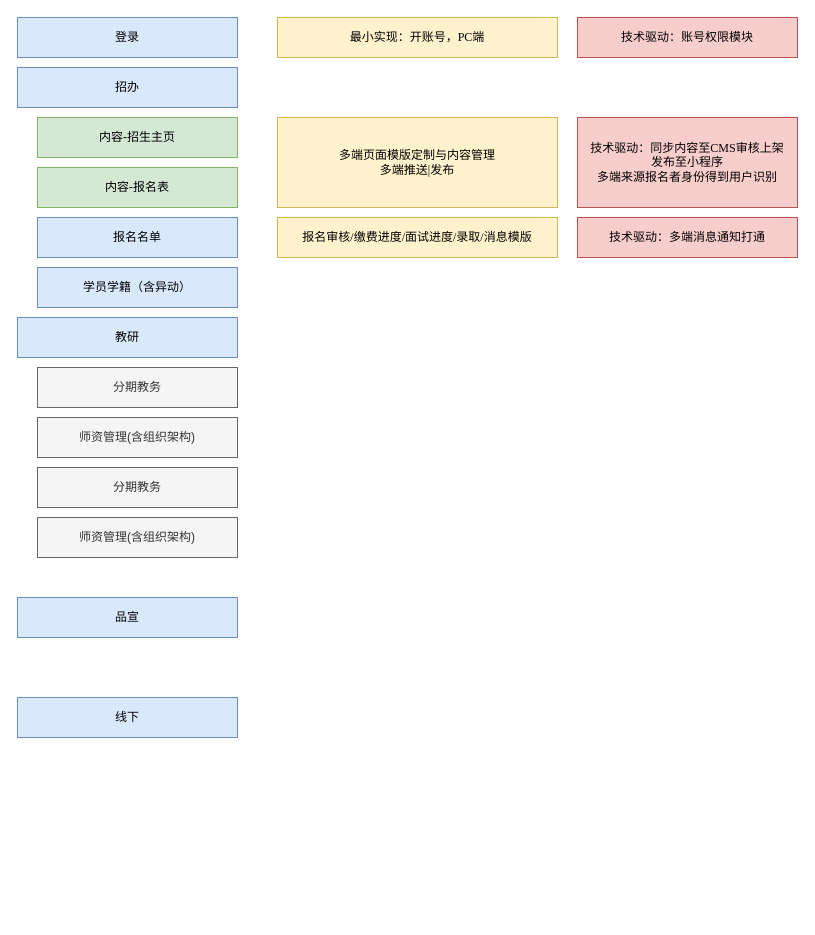
HunkJia/HUNK keeps this draw.io diagram as 未命名表单.drawio. Above is the earlier version. Source tidied: cells renumbered, new cells numbered last; positions are measured from the earlier drawing's top-left corner, leaving out a move shared by most shapes. Both pictures are drawn from the tidied source at 100%, with x=0, y=0 at pixel (17, 17).
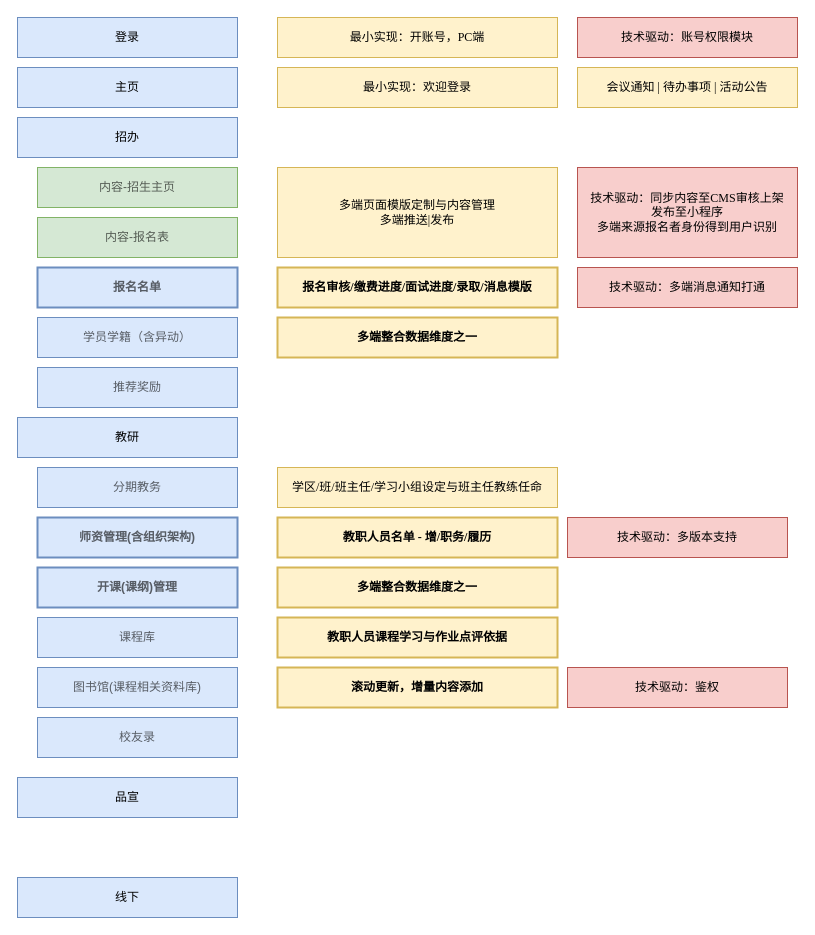
After the change.

Commit message (it also covers changes not shown here):
更新未命名表单.drawio

Change to the diagram source:
```diff
@@
     <mxCell id="2" value="&lt;div&gt;多端页面模版定制与内容管理&lt;/div&gt;&lt;div&gt;多端推送|发布&lt;/div&gt;" style="rounded=0;whiteSpace=wrap;html=1;fontFamily=Garamond;fillColor=#fff2cc;strokeColor=#d6b656;" parent="1" vertex="1">
-      <mxGeometry x="260" y="100" width="280" height="90" as="geometry" />
+      <mxGeometry x="260" y="150" width="280" height="90" as="geometry" />
     </mxCell>
     <mxCell id="3" value="招办" style="rounded=0;whiteSpace=wrap;html=1;fillColor=#dae8fc;strokeColor=#6c8ebf;" parent="1" vertex="1">
-      <mxGeometry y="50" width="220" height="40" as="geometry" />
+      <mxGeometry y="100" width="220" height="40" as="geometry" />
     </mxCell>
     <mxCell id="4" value="教研" style="rounded=0;whiteSpace=wrap;html=1;fillColor=#dae8fc;strokeColor=#6c8ebf;" parent="1" vertex="1">
-      <mxGeometry y="300" width="220" height="40" as="geometry" />
+      <mxGeometry y="400" width="220" height="40" as="geometry" />
     </mxCell>
     <mxCell id="5" value="品宣" style="rounded=0;whiteSpace=wrap;html=1;fillColor=#dae8fc;strokeColor=#6c8ebf;" parent="1" vertex="1">
-      <mxGeometry y="580" width="220" height="40" as="geometry" />
+      <mxGeometry y="760" width="220" height="40" as="geometry" />
     </mxCell>
     <mxCell id="6" value="线下" style="rounded=0;whiteSpace=wrap;html=1;fillColor=#dae8fc;strokeColor=#6c8ebf;" parent="1" vertex="1">
-      <mxGeometry y="680" width="220" height="40" as="geometry" />
+      <mxGeometry y="860" width="220" height="40" as="geometry" />
     </mxCell>
-    <mxCell id="7" value="内容-招生主页" style="text;html=1;strokeColor=#82b366;fillColor=#d5e8d4;align=center;verticalAlign=middle;whiteSpace=wrap;rounded=0;" parent="1" vertex="1">
-      <mxGeometry x="20" y="100" width="200" height="40" as="geometry" />
+    <mxCell id="7" value="内容-招生主页" style="text;html=1;strokeColor=#82b366;fillColor=#d5e8d4;align=center;verticalAlign=middle;whiteSpace=wrap;rounded=0;textOpacity=60;" parent="1" vertex="1">
+      <mxGeometry x="20" y="150" width="200" height="40" as="geometry" />
     </mxCell>
-    <mxCell id="8" value="内容-报名表" style="text;html=1;strokeColor=#82b366;fillColor=#d5e8d4;align=center;verticalAlign=middle;whiteSpace=wrap;rounded=0;" parent="1" vertex="1">
-      <mxGeometry x="20" y="150" width="200" height="40" as="geometry" />
+    <mxCell id="8" value="内容-报名表" style="text;html=1;strokeColor=#82b366;fillColor=#d5e8d4;align=center;verticalAlign=middle;whiteSpace=wrap;rounded=0;textOpacity=60;" parent="1" vertex="1">
+      <mxGeometry x="20" y="200" width="200" height="40" as="geometry" />
     </mxCell>
-    <mxCell id="9" value="学员学籍（含异动）" style="text;html=1;strokeColor=#6c8ebf;fillColor=#dae8fc;align=center;verticalAlign=middle;whiteSpace=wrap;rounded=0;" parent="1" vertex="1">
-      <mxGeometry x="20" y="250" width="200" height="40" as="geometry" />
+    <mxCell id="9" value="学员学籍（含异动）" style="text;html=1;strokeColor=#6c8ebf;fillColor=#dae8fc;align=center;verticalAlign=middle;whiteSpace=wrap;rounded=0;textOpacity=60;" parent="1" vertex="1">
+      <mxGeometry x="20" y="300" width="200" height="40" as="geometry" />
     </mxCell>
-    <mxCell id="10" value="分期教务" style="text;html=1;strokeColor=#666666;fillColor=#f5f5f5;align=center;verticalAlign=middle;whiteSpace=wrap;rounded=0;fontColor=#333333;" parent="1" vertex="1">
-      <mxGeometry x="20" y="350" width="200" height="40" as="geometry" />
+    <mxCell id="10" value="分期教务" style="text;html=1;strokeColor=#6c8ebf;fillColor=#dae8fc;align=center;verticalAlign=middle;whiteSpace=wrap;rounded=0;textOpacity=60;" parent="1" vertex="1">
+      <mxGeometry x="20" y="450" width="200" height="40" as="geometry" />
     </mxCell>
-    <mxCell id="11" value="师资管理(含组织架构)" style="text;html=1;strokeColor=#666666;fillColor=#f5f5f5;align=center;verticalAlign=middle;whiteSpace=wrap;rounded=0;fontColor=#333333;" parent="1" vertex="1">
-      <mxGeometry x="20" y="400" width="200" height="40" as="geometry" />
+    <mxCell id="11" value="师资管理(含组织架构)" style="text;html=1;strokeColor=#6c8ebf;fillColor=#dae8fc;align=center;verticalAlign=middle;whiteSpace=wrap;rounded=0;fontStyle=1;strokeWidth=2;textOpacity=60;" parent="1" vertex="1">
+      <mxGeometry x="20" y="500" width="200" height="40" as="geometry" />
     </mxCell>
-    <mxCell id="12" value="师资管理(含组织架构)" style="text;html=1;strokeColor=#666666;fillColor=#f5f5f5;align=center;verticalAlign=middle;whiteSpace=wrap;rounded=0;fontColor=#333333;" parent="1" vertex="1">
-      <mxGeometry x="20" y="500" width="200" height="40" as="geometry" />
+    <mxCell id="12" value="课程库" style="text;html=1;strokeColor=#6c8ebf;fillColor=#dae8fc;align=center;verticalAlign=middle;whiteSpace=wrap;rounded=0;textOpacity=60;" parent="1" vertex="1">
+      <mxGeometry x="20" y="600" width="200" height="40" as="geometry" />
     </mxCell>
-    <mxCell id="13" value="分期教务" style="text;html=1;strokeColor=#666666;fillColor=#f5f5f5;align=center;verticalAlign=middle;whiteSpace=wrap;rounded=0;fontColor=#333333;" parent="1" vertex="1">
-      <mxGeometry x="20" y="450" width="200" height="40" as="geometry" />
+    <mxCell id="13" value="开课(课纲)管理" style="text;html=1;strokeColor=#6c8ebf;fillColor=#dae8fc;align=center;verticalAlign=middle;whiteSpace=wrap;rounded=0;strokeWidth=2;fontStyle=1;textOpacity=60;" parent="1" vertex="1">
+      <mxGeometry x="20" y="550" width="200" height="40" as="geometry" />
     </mxCell>
-    <mxCell id="14" value="报名名单" style="text;html=1;strokeColor=#6c8ebf;fillColor=#dae8fc;align=center;verticalAlign=middle;whiteSpace=wrap;rounded=0;" parent="1" vertex="1">
-      <mxGeometry x="20" y="200" width="200" height="40" as="geometry" />
+    <mxCell id="14" value="报名名单" style="text;html=1;strokeColor=#6c8ebf;fillColor=#dae8fc;align=center;verticalAlign=middle;whiteSpace=wrap;rounded=0;strokeWidth=2;fontStyle=1;textOpacity=60;" parent="1" vertex="1">
+      <mxGeometry x="20" y="250" width="200" height="40" as="geometry" />
     </mxCell>
-    <mxCell id="15" value="报名审核/缴费进度/面试进度/录取/消息模版&lt;div style=&quot;text-align: left&quot;&gt;&lt;/div&gt;" style="rounded=0;whiteSpace=wrap;html=1;fontFamily=Garamond;fillColor=#fff2cc;strokeColor=#d6b656;" parent="1" vertex="1">
-      <mxGeometry x="260" y="200" width="280" height="40" as="geometry" />
+    <mxCell id="15" value="报名审核/缴费进度/面试进度/录取/消息模版&lt;div style=&quot;text-align: left&quot;&gt;&lt;/div&gt;" style="rounded=0;whiteSpace=wrap;html=1;fontFamily=Garamond;fillColor=#fff2cc;strokeColor=#d6b656;strokeWidth=2;fontStyle=1;" parent="1" vertex="1">
+      <mxGeometry x="260" y="250" width="280" height="40" as="geometry" />
     </mxCell>
     <mxCell id="16" value="技术驱动：多端消息通知打通&lt;div style=&quot;text-align: left&quot;&gt;&lt;/div&gt;" style="rounded=0;whiteSpace=wrap;html=1;fontFamily=Garamond;fillColor=#f8cecc;strokeColor=#b85450;" parent="1" vertex="1">
-      <mxGeometry x="560" y="200" width="220" height="40" as="geometry" />
+      <mxGeometry x="560" y="250" width="220" height="40" as="geometry" />
     </mxCell>
@@
     <mxCell id="20" value="技术驱动：同步内容至CMS审核上架&lt;br&gt;发布至小程序&lt;br&gt;多端来源报名者身份得到用户识别&lt;br&gt;&lt;div style=&quot;text-align: left&quot;&gt;&lt;/div&gt;" style="rounded=0;whiteSpace=wrap;html=1;fontFamily=Garamond;fillColor=#f8cecc;strokeColor=#b85450;" parent="1" vertex="1">
-      <mxGeometry x="560" y="100" width="220" height="90" as="geometry" />
+      <mxGeometry x="560" y="150" width="220" height="90" as="geometry" />
     </mxCell>
+    <mxCell id="21" value="学区/班/班主任/学习小组设定与班主任教练任命&lt;div style=&quot;text-align: left&quot;&gt;&lt;/div&gt;" style="rounded=0;whiteSpace=wrap;html=1;fontFamily=Garamond;fillColor=#fff2cc;strokeColor=#d6b656;" parent="1" vertex="1">
+      <mxGeometry x="260" y="450" width="280" height="40" as="geometry" />
+    </mxCell>
+    <mxCell id="22" value="教职人员名单 - 增/职务/履历&lt;div style=&quot;text-align: left&quot;&gt;&lt;/div&gt;" style="rounded=0;whiteSpace=wrap;html=1;fontFamily=Garamond;fillColor=#fff2cc;strokeColor=#d6b656;strokeWidth=2;fontStyle=1;" parent="1" vertex="1">
+      <mxGeometry x="260" y="500" width="280" height="40" as="geometry" />
+    </mxCell>
+    <mxCell id="23" value="主页" style="rounded=0;whiteSpace=wrap;html=1;fillColor=#dae8fc;strokeColor=#6c8ebf;" parent="1" vertex="1">
+      <mxGeometry y="50" width="220" height="40" as="geometry" />
+    </mxCell>
+    <mxCell id="24" value="最小实现：欢迎登录&lt;div style=&quot;text-align: left&quot;&gt;&lt;/div&gt;" style="rounded=0;whiteSpace=wrap;html=1;fontFamily=Garamond;fillColor=#fff2cc;strokeColor=#d6b656;" parent="1" vertex="1">
+      <mxGeometry x="260" y="50" width="280" height="40" as="geometry" />
+    </mxCell>
+    <mxCell id="25" value="会议通知 | 待办事项 | 活动公告&lt;div style=&quot;text-align: left&quot;&gt;&lt;/div&gt;" style="rounded=0;whiteSpace=wrap;html=1;fontFamily=Garamond;fillColor=#fff2cc;strokeColor=#d6b656;" parent="1" vertex="1">
+      <mxGeometry x="560" y="50" width="220" height="40" as="geometry" />
+    </mxCell>
+    <mxCell id="26" value="技术驱动：多版本支持&lt;div style=&quot;text-align: left&quot;&gt;&lt;/div&gt;" style="rounded=0;whiteSpace=wrap;html=1;fontFamily=Garamond;fillColor=#f8cecc;strokeColor=#b85450;" parent="1" vertex="1">
+      <mxGeometry x="550" y="500" width="220" height="40" as="geometry" />
+    </mxCell>
+    <mxCell id="27" value="图书馆(课程相关资料库)" style="text;html=1;strokeColor=#6c8ebf;fillColor=#dae8fc;align=center;verticalAlign=middle;whiteSpace=wrap;rounded=0;textOpacity=60;" parent="1" vertex="1">
+      <mxGeometry x="20" y="650" width="200" height="40" as="geometry" />
+    </mxCell>
+    <mxCell id="28" value="多端整合数据维度之一&lt;div style=&quot;text-align: left&quot;&gt;&lt;/div&gt;" style="rounded=0;whiteSpace=wrap;html=1;fontFamily=Garamond;fillColor=#fff2cc;strokeColor=#d6b656;strokeWidth=2;fontStyle=1;" parent="1" vertex="1">
+      <mxGeometry x="260" y="550" width="280" height="40" as="geometry" />
+    </mxCell>
+    <mxCell id="29" value="多端整合数据维度之一&lt;div style=&quot;text-align: left&quot;&gt;&lt;/div&gt;" style="rounded=0;whiteSpace=wrap;html=1;fontFamily=Garamond;fillColor=#fff2cc;strokeColor=#d6b656;strokeWidth=2;fontStyle=1;" parent="1" vertex="1">
+      <mxGeometry x="260" y="300" width="280" height="40" as="geometry" />
+    </mxCell>
+    <mxCell id="30" value="教职人员课程学习与作业点评依据&lt;div style=&quot;text-align: left&quot;&gt;&lt;/div&gt;" style="rounded=0;whiteSpace=wrap;html=1;fontFamily=Garamond;fillColor=#fff2cc;strokeColor=#d6b656;strokeWidth=2;fontStyle=1;" parent="1" vertex="1">
+      <mxGeometry x="260" y="600" width="280" height="40" as="geometry" />
+    </mxCell>
+    <mxCell id="31" value="滚动更新，增量内容添加&lt;div style=&quot;text-align: left&quot;&gt;&lt;/div&gt;" style="rounded=0;whiteSpace=wrap;html=1;fontFamily=Garamond;fillColor=#fff2cc;strokeColor=#d6b656;strokeWidth=2;fontStyle=1;" parent="1" vertex="1">
+      <mxGeometry x="260" y="650" width="280" height="40" as="geometry" />
+    </mxCell>
+    <mxCell id="32" value="技术驱动：鉴权&lt;div style=&quot;text-align: left&quot;&gt;&lt;/div&gt;" style="rounded=0;whiteSpace=wrap;html=1;fontFamily=Garamond;fillColor=#f8cecc;strokeColor=#b85450;" parent="1" vertex="1">
+      <mxGeometry x="550" y="650" width="220" height="40" as="geometry" />
+    </mxCell>
+    <mxCell id="33" value="校友录" style="text;html=1;strokeColor=#6c8ebf;fillColor=#dae8fc;align=center;verticalAlign=middle;whiteSpace=wrap;rounded=0;textOpacity=60;" parent="1" vertex="1">
+      <mxGeometry x="20" y="700" width="200" height="40" as="geometry" />
+    </mxCell>
+    <mxCell id="34" value="推荐奖励" style="text;html=1;strokeColor=#6c8ebf;fillColor=#dae8fc;align=center;verticalAlign=middle;whiteSpace=wrap;rounded=0;textOpacity=60;" parent="1" vertex="1">
+      <mxGeometry x="20" y="350" width="200" height="40" as="geometry" />
+    </mxCell>
```
